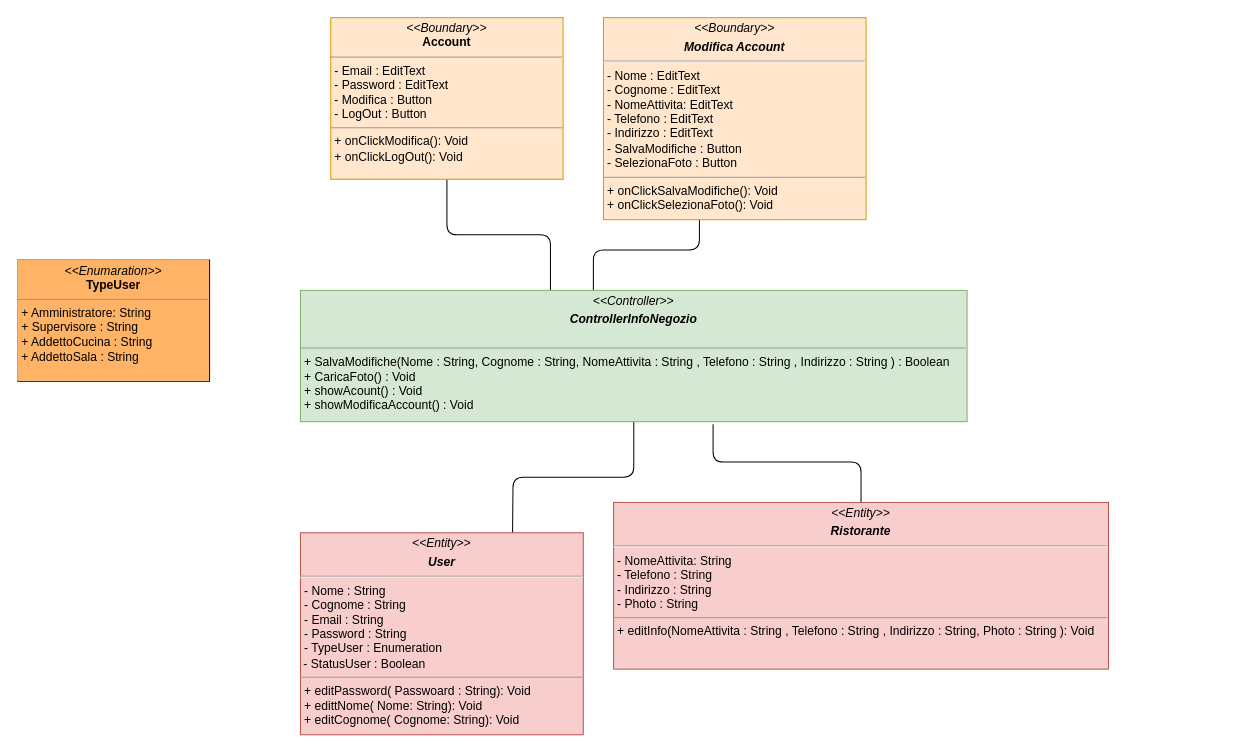
Earlier version of the draw.io diagram page "Gestisci InfoRistorante" (4 of 8) of Documentazione/Class Diagram/Class Diagram.drawio (Chriss1618/ProgettoINGSW). Source tidied: cells renumbered, new cells numbered last; positions are measured from the earlier drawing's top-left corner, leaving out a move shared by most shapes. Both pictures are drawn from the tidied source at 101%, with x=0, y=0 at pixel (17, 17).
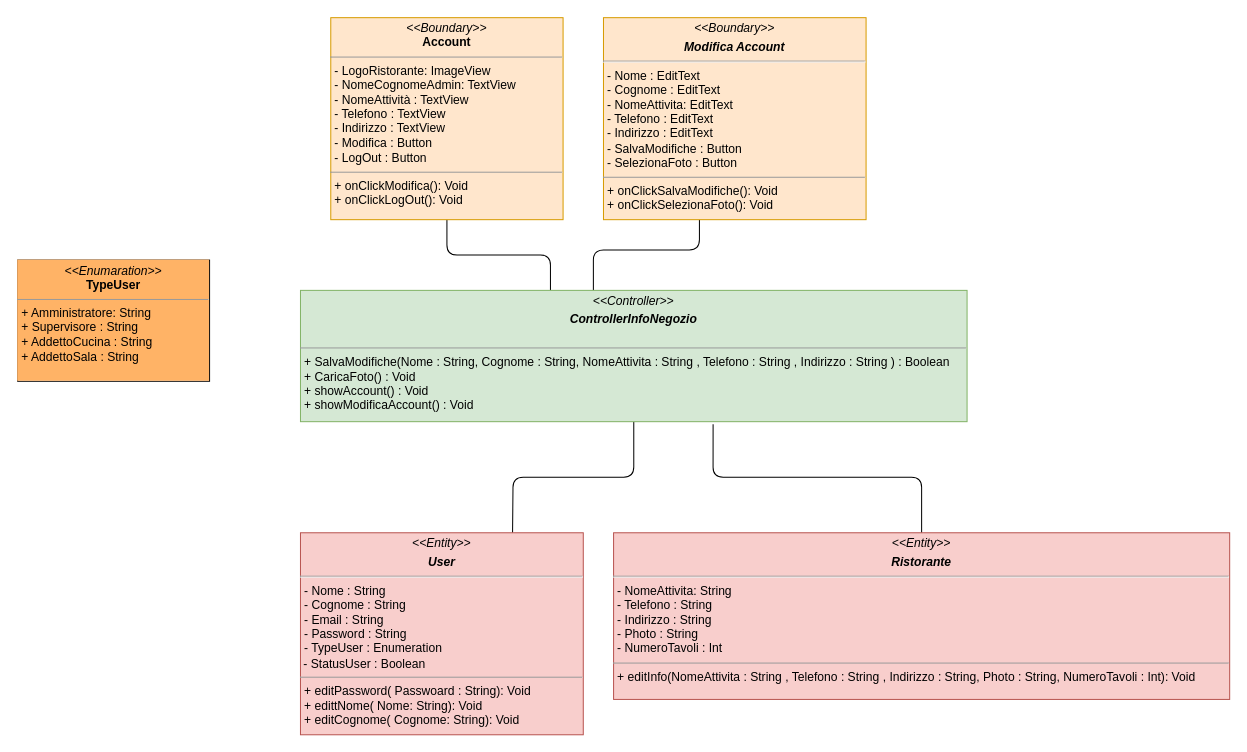
The same page after the edit.

What changed in the source:
```diff
@@
 <mxGraphModel>
   <root>
     <mxCell id="0" />
     <mxCell id="1" parent="0" />
     <mxCell id="2" style="edgeStyle=orthogonalEdgeStyle;jettySize=auto;html=1;exitX=0.5;exitY=1;exitDx=0;exitDy=0;entryX=0.375;entryY=0;entryDx=0;entryDy=0;entryPerimeter=0;endArrow=none;endFill=0;rounded=1;" parent="1" edge="1" source="3" target="7">
       <mxGeometry relative="1" as="geometry" />
     </mxCell>
-    <mxCell id="3" value="&lt;p style=&quot;margin:0px;margin-top:4px;text-align:center;&quot;&gt;&lt;i&gt;&amp;lt;&amp;lt;Boundary&amp;gt;&amp;gt;&lt;/i&gt;&lt;br&gt;&lt;b&gt;Account&lt;/b&gt;&lt;/p&gt;&lt;hr size=&quot;1&quot;&gt;&lt;p style=&quot;margin:0px;margin-left:4px;&quot;&gt;- Email : EditText&lt;br&gt;- Password : EditText&lt;/p&gt;&lt;p style=&quot;margin:0px;margin-left:4px;&quot;&gt;- Modifica : Button&lt;/p&gt;&lt;p style=&quot;margin:0px;margin-left:4px;&quot;&gt;- LogOut : Button&lt;/p&gt;&lt;hr size=&quot;1&quot;&gt;&lt;p style=&quot;margin:0px;margin-left:4px;&quot;&gt;+ onClickModifica(): Void&lt;br&gt;&lt;/p&gt;&lt;p style=&quot;margin:0px;margin-left:4px;&quot;&gt;+ onClickLogOut(): Void&lt;/p&gt;" style="verticalAlign=top;align=left;overflow=fill;fontSize=12;fontFamily=Helvetica;html=1;fillColor=#ffe6cc;strokeColor=#d79b00;" parent="1" vertex="1">
-      <mxGeometry x="310" width="230" height="160" as="geometry" />
+    <mxCell id="3" value="&lt;p style=&quot;margin:0px;margin-top:4px;text-align:center;&quot;&gt;&lt;i&gt;&amp;lt;&amp;lt;Boundary&amp;gt;&amp;gt;&lt;/i&gt;&lt;br&gt;&lt;b&gt;Account&lt;/b&gt;&lt;/p&gt;&lt;hr size=&quot;1&quot;&gt;&lt;p style=&quot;margin:0px;margin-left:4px;&quot;&gt;- LogoRistorante: ImageView&lt;/p&gt;&lt;p style=&quot;margin:0px;margin-left:4px;&quot;&gt;- NomeCognomeAdmin: TextView&lt;br&gt;- NomeAttività : TextView&lt;/p&gt;&lt;p style=&quot;margin:0px;margin-left:4px;&quot;&gt;- Telefono : TextView&lt;/p&gt;&lt;p style=&quot;margin:0px;margin-left:4px;&quot;&gt;- Indirizzo : TextView&lt;/p&gt;&lt;p style=&quot;margin:0px;margin-left:4px;&quot;&gt;- Modifica : Button&lt;/p&gt;&lt;p style=&quot;margin:0px;margin-left:4px;&quot;&gt;- LogOut : Button&lt;/p&gt;&lt;hr size=&quot;1&quot;&gt;&lt;p style=&quot;margin:0px;margin-left:4px;&quot;&gt;+ onClickModifica(): Void&lt;br&gt;&lt;/p&gt;&lt;p style=&quot;margin:0px;margin-left:4px;&quot;&gt;+ onClickLogOut(): Void&lt;/p&gt;" style="verticalAlign=top;align=left;overflow=fill;fontSize=12;fontFamily=Helvetica;html=1;fillColor=#ffe6cc;strokeColor=#d79b00;" parent="1" vertex="1">
+      <mxGeometry x="310" width="230" height="200" as="geometry" />
     </mxCell>
     <mxCell id="4" style="edgeStyle=orthogonalEdgeStyle;jettySize=auto;html=1;strokeColor=default;rounded=1;endArrow=none;endFill=0;" parent="1" edge="1" source="5" target="7">
       <mxGeometry relative="1" as="geometry">
         <Array as="points">
           <mxPoint x="675" y="230" />
           <mxPoint x="570" y="230" />
         </Array>
       </mxGeometry>
     </mxCell>
-    <mxCell id="5" value="&lt;p style=&quot;margin:0px;margin-top:4px;text-align:center;&quot;&gt;&lt;i&gt;&amp;lt;&amp;lt;Boundary&amp;gt;&amp;gt;&lt;/i&gt;&lt;br&gt;&lt;/p&gt;&lt;p style=&quot;margin:0px;margin-top:4px;text-align:center;&quot;&gt;&lt;i&gt;&lt;b&gt;Modifica Account&lt;/b&gt;&lt;/i&gt;&lt;/p&gt;&lt;hr&gt;&lt;p style=&quot;margin:0px;margin-left:4px;&quot;&gt;- Nome : EditText&lt;/p&gt;&lt;p style=&quot;margin:0px;margin-left:4px;&quot;&gt;- Cognome : EditText&lt;br&gt;&lt;/p&gt;&lt;p style=&quot;margin:0px;margin-left:4px;&quot;&gt;- NomeAttivita: EditText&lt;br&gt;&lt;/p&gt;&lt;p style=&quot;margin:0px;margin-left:4px;&quot;&gt;- Telefono : EditText&lt;br&gt;&lt;/p&gt;&lt;p style=&quot;margin:0px;margin-left:4px;&quot;&gt;- Indirizzo : EditText&lt;/p&gt;&lt;p style=&quot;margin:0px;margin-left:4px;&quot;&gt;- SalvaModifiche : Button&lt;/p&gt;&lt;p style=&quot;margin:0px;margin-left:4px;&quot;&gt;- SelezionaFoto : Button&lt;/p&gt;&lt;hr size=&quot;1&quot;&gt;&lt;p style=&quot;margin:0px;margin-left:4px;&quot;&gt;+ onClickSalvaModifiche(): Void&lt;br&gt;&lt;/p&gt;&lt;p style=&quot;margin:0px;margin-left:4px;&quot;&gt;+ onClickSelezionaFoto(): Void&lt;/p&gt;" style="verticalAlign=top;align=left;overflow=fill;fontSize=12;fontFamily=Helvetica;html=1;fillColor=#ffe6cc;strokeColor=#d79b00;" parent="1" vertex="1">
+    <mxCell id="5" value="&lt;p style=&quot;margin:0px;margin-top:4px;text-align:center;&quot;&gt;&lt;i&gt;&amp;lt;&amp;lt;Boundary&amp;gt;&amp;gt;&lt;/i&gt;&lt;br&gt;&lt;/p&gt;&lt;p style=&quot;margin:0px;margin-top:4px;text-align:center;&quot;&gt;&lt;i&gt;&lt;b&gt;Modifica Account&lt;/b&gt;&lt;/i&gt;&lt;/p&gt;&lt;hr&gt;&lt;p style=&quot;margin:0px;margin-left:4px;&quot;&gt;- Nome : EditText&lt;br&gt;&lt;/p&gt;&lt;p style=&quot;margin:0px;margin-left:4px;&quot;&gt;- Cognome : EditText&lt;br&gt;&lt;/p&gt;&lt;p style=&quot;margin:0px;margin-left:4px;&quot;&gt;- NomeAttivita: EditText&lt;br&gt;&lt;/p&gt;&lt;p style=&quot;margin:0px;margin-left:4px;&quot;&gt;- Telefono : EditText&lt;br&gt;&lt;/p&gt;&lt;p style=&quot;margin:0px;margin-left:4px;&quot;&gt;- Indirizzo : EditText&lt;/p&gt;&lt;p style=&quot;margin:0px;margin-left:4px;&quot;&gt;- SalvaModifiche : Button&lt;/p&gt;&lt;p style=&quot;margin:0px;margin-left:4px;&quot;&gt;- SelezionaFoto : Button&lt;/p&gt;&lt;hr size=&quot;1&quot;&gt;&lt;p style=&quot;margin:0px;margin-left:4px;&quot;&gt;+ onClickSalvaModifiche(): Void&lt;br&gt;&lt;/p&gt;&lt;p style=&quot;margin:0px;margin-left:4px;&quot;&gt;+ onClickSelezionaFoto(): Void&lt;/p&gt;" style="verticalAlign=top;align=left;overflow=fill;fontSize=12;fontFamily=Helvetica;html=1;fillColor=#ffe6cc;strokeColor=#d79b00;" parent="1" vertex="1">
       <mxGeometry x="580" width="260" height="200" as="geometry" />
     </mxCell>
     <mxCell id="6" style="edgeStyle=orthogonalEdgeStyle;rounded=1;jettySize=auto;html=1;exitX=0.5;exitY=1;exitDx=0;exitDy=0;endArrow=none;endFill=0;entryX=0.5;entryY=0;entryDx=0;entryDy=0;" parent="1" edge="1" source="7">
       <mxGeometry relative="1" as="geometry">
         <mxPoint x="490" y="510" as="targetPoint" />
       </mxGeometry>
     </mxCell>
-    <mxCell id="7" value="&lt;p style=&quot;margin:0px;margin-top:4px;text-align:center;&quot;&gt;&lt;i&gt;&amp;lt;&amp;lt;Controller&amp;gt;&amp;gt;&lt;/i&gt;&lt;br&gt;&lt;/p&gt;&lt;p style=&quot;margin:0px;margin-top:4px;text-align:center;&quot;&gt;&lt;i&gt;&lt;b&gt;ControllerInfoNegozio&lt;/b&gt;&lt;/i&gt;&lt;/p&gt;&lt;br&gt;&lt;hr size=&quot;1&quot;&gt;&lt;p style=&quot;margin:0px;margin-left:4px;&quot;&gt;+ SalvaModifiche(Nome : String, Cognome : String, NomeAttivita : String , Telefono : String , Indirizzo : String ) : Boolean&lt;br&gt;&lt;/p&gt;&lt;p style=&quot;margin:0px;margin-left:4px;&quot;&gt;+ CaricaFoto() : Void&lt;/p&gt;&lt;p style=&quot;margin:0px;margin-left:4px;&quot;&gt;+ showAcount() : Void&lt;/p&gt;&lt;p style=&quot;margin:0px;margin-left:4px;&quot;&gt;+ showModificaAccount() : Void&lt;/p&gt;" style="verticalAlign=top;align=left;overflow=fill;fontSize=12;fontFamily=Helvetica;html=1;fillColor=#d5e8d4;strokeColor=#82b366;" parent="1" vertex="1">
+    <mxCell id="7" value="&lt;p style=&quot;margin:0px;margin-top:4px;text-align:center;&quot;&gt;&lt;i&gt;&amp;lt;&amp;lt;Controller&amp;gt;&amp;gt;&lt;/i&gt;&lt;br&gt;&lt;/p&gt;&lt;p style=&quot;margin:0px;margin-top:4px;text-align:center;&quot;&gt;&lt;i&gt;&lt;b&gt;ControllerInfoNegozio&lt;/b&gt;&lt;/i&gt;&lt;/p&gt;&lt;br&gt;&lt;hr size=&quot;1&quot;&gt;&lt;p style=&quot;margin:0px;margin-left:4px;&quot;&gt;+ SalvaModifiche(Nome : String, Cognome : String, NomeAttivita : String , Telefono : String , Indirizzo : String ) : Boolean&lt;br&gt;&lt;/p&gt;&lt;p style=&quot;margin:0px;margin-left:4px;&quot;&gt;+ CaricaFoto() : Void&lt;/p&gt;&lt;p style=&quot;margin:0px;margin-left:4px;&quot;&gt;+ showAccount() : Void&lt;/p&gt;&lt;p style=&quot;margin:0px;margin-left:4px;&quot;&gt;+ showModificaAccount() : Void&lt;/p&gt;" style="verticalAlign=top;align=left;overflow=fill;fontSize=12;fontFamily=Helvetica;html=1;fillColor=#d5e8d4;strokeColor=#82b366;" parent="1" vertex="1">
       <mxGeometry x="280" y="270" width="660" height="130" as="geometry" />
     </mxCell>
     <mxCell id="8" style="edgeStyle=orthogonalEdgeStyle;rounded=1;jettySize=auto;html=1;exitX=0.5;exitY=0;exitDx=0;exitDy=0;entryX=0.619;entryY=1.02;entryDx=0;entryDy=0;entryPerimeter=0;strokeColor=default;endArrow=none;endFill=0;" parent="1" edge="1" source="9" target="7">
       <mxGeometry relative="1" as="geometry" />
     </mxCell>
-    <mxCell id="9" value="&lt;p style=&quot;margin:0px;margin-top:4px;text-align:center;&quot;&gt;&lt;i&gt;&amp;lt;&amp;lt;Entity&amp;gt;&amp;gt;&lt;/i&gt;&lt;br&gt;&lt;/p&gt;&lt;p style=&quot;margin:0px;margin-top:4px;text-align:center;&quot;&gt;&lt;i&gt;&lt;b&gt;Ristorante&lt;/b&gt;&lt;/i&gt;&lt;/p&gt;&lt;hr&gt;&lt;p style=&quot;margin:0px;margin-left:4px;&quot;&gt;- NomeAttivita: String&lt;/p&gt;&lt;p style=&quot;margin:0px;margin-left:4px;&quot;&gt;- Telefono : String&lt;/p&gt;&lt;p style=&quot;margin:0px;margin-left:4px;&quot;&gt;- Indirizzo : String&lt;/p&gt;&lt;p style=&quot;margin:0px;margin-left:4px;&quot;&gt;- Photo : String&lt;/p&gt;&lt;hr size=&quot;1&quot;&gt;&lt;p style=&quot;margin:0px;margin-left:4px;&quot;&gt;+ editInfo(NomeAttivita : String , Telefono : String , Indirizzo : String, Photo : String ): Void&lt;br&gt;&lt;/p&gt;" style="verticalAlign=top;align=left;overflow=fill;fontSize=12;fontFamily=Helvetica;html=1;fillColor=#f8cecc;strokeColor=#b85450;" parent="1" vertex="1">
-      <mxGeometry x="590" y="480" width="490" height="165" as="geometry" />
+    <mxCell id="9" value="&lt;p style=&quot;margin:0px;margin-top:4px;text-align:center;&quot;&gt;&lt;i&gt;&amp;lt;&amp;lt;Entity&amp;gt;&amp;gt;&lt;/i&gt;&lt;br&gt;&lt;/p&gt;&lt;p style=&quot;margin:0px;margin-top:4px;text-align:center;&quot;&gt;&lt;i&gt;&lt;b&gt;Ristorante&lt;/b&gt;&lt;/i&gt;&lt;/p&gt;&lt;hr&gt;&lt;p style=&quot;margin:0px;margin-left:4px;&quot;&gt;- NomeAttivita: String&lt;/p&gt;&lt;p style=&quot;margin:0px;margin-left:4px;&quot;&gt;- Telefono : String&lt;/p&gt;&lt;p style=&quot;margin:0px;margin-left:4px;&quot;&gt;- Indirizzo : String&lt;/p&gt;&lt;p style=&quot;margin:0px;margin-left:4px;&quot;&gt;- Photo : String&lt;/p&gt;&lt;p style=&quot;margin:0px;margin-left:4px;&quot;&gt;- NumeroTavoli : Int&lt;/p&gt;&lt;hr size=&quot;1&quot;&gt;&lt;p style=&quot;margin:0px;margin-left:4px;&quot;&gt;+ editInfo(NomeAttivita : String , Telefono : String , Indirizzo : String, Photo : String, NumeroTavoli : Int): Void&lt;br&gt;&lt;/p&gt;" style="verticalAlign=top;align=left;overflow=fill;fontSize=12;fontFamily=Helvetica;html=1;fillColor=#f8cecc;strokeColor=#b85450;" parent="1" vertex="1">
+      <mxGeometry x="590" y="510" width="610" height="165" as="geometry" />
     </mxCell>
     <mxCell id="10" value="&lt;p style=&quot;margin:0px;margin-top:4px;text-align:center;&quot;&gt;&lt;i&gt;&amp;lt;&amp;lt;Entity&amp;gt;&amp;gt;&lt;/i&gt;&lt;br&gt;&lt;/p&gt;&lt;p style=&quot;margin:0px;margin-top:4px;text-align:center;&quot;&gt;&lt;i&gt;&lt;b&gt;User&lt;/b&gt;&lt;/i&gt;&lt;/p&gt;&lt;hr&gt;&lt;p style=&quot;margin:0px;margin-left:4px;&quot;&gt;- Nome : String&lt;br&gt;&lt;/p&gt;&lt;p style=&quot;margin:0px;margin-left:4px;&quot;&gt;- Cognome : String&lt;/p&gt;&lt;p style=&quot;margin:0px;margin-left:4px;&quot;&gt;- Email : String&lt;/p&gt;&lt;p style=&quot;margin:0px;margin-left:4px;&quot;&gt;- Password : String&lt;/p&gt;&lt;p style=&quot;margin:0px;margin-left:4px;&quot;&gt;- TypeUser : Enumeration&lt;/p&gt;&amp;nbsp;- StatusUser : Boolean&lt;br&gt;&lt;hr size=&quot;1&quot;&gt;&lt;p style=&quot;margin:0px;margin-left:4px;&quot;&gt;+ editPassword( Passwoard : String): Void&lt;br&gt;&lt;/p&gt;&lt;p style=&quot;margin:0px;margin-left:4px;&quot;&gt;+ edittNome( Nome: String): Void&lt;br&gt;&lt;/p&gt;&lt;p style=&quot;margin:0px;margin-left:4px;&quot;&gt;+ editCognome( Cognome: String): Void&lt;br&gt;&lt;/p&gt;" style="verticalAlign=top;align=left;overflow=fill;fontSize=12;fontFamily=Helvetica;html=1;fillColor=#f8cecc;strokeColor=#b85450;" parent="1" vertex="1">
       <mxGeometry x="280" y="510" width="280" height="200" as="geometry" />
     </mxCell>
     <mxCell id="11" value="&lt;p style=&quot;margin:0px;margin-top:4px;text-align:center;&quot;&gt;&lt;i&gt;&amp;lt;&amp;lt;Enumaration&amp;gt;&amp;gt;&lt;/i&gt;&lt;br&gt;&lt;b&gt;TypeUser&lt;/b&gt;&lt;/p&gt;&lt;hr size=&quot;1&quot;&gt;&lt;p style=&quot;margin:0px;margin-left:4px;&quot;&gt;+ Amministratore: String&lt;br&gt;+ Supervisore : String&lt;/p&gt;&lt;p style=&quot;margin:0px;margin-left:4px;&quot;&gt;+ AddettoCucina : String&lt;/p&gt;&lt;p style=&quot;margin:0px;margin-left:4px;&quot;&gt;+ AddettoSala : String&lt;br&gt;&lt;/p&gt;" style="verticalAlign=top;align=left;overflow=fill;fontSize=12;fontFamily=Helvetica;html=1;labelBackgroundColor=#FFB366;" parent="1" vertex="1">
       <mxGeometry y="240" width="190" height="120" as="geometry" />
     </mxCell>
   </root>
 </mxGraphModel>
```
